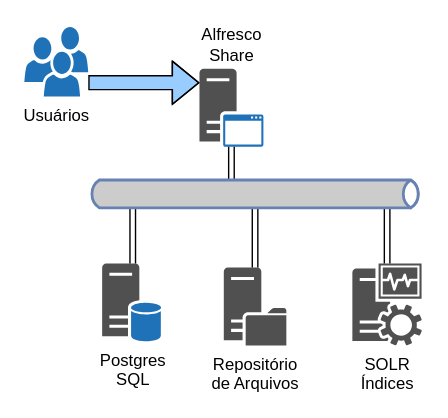
This is InfraestruturaAlfresco.drawio from jonas-santiago/fenaseg, a draw.io file, before an edit. Source tidied: cells renumbered, new cells numbered last; positions are measured from the earlier drawing's top-left corner, leaving out a move shared by most shapes. Both pictures are drawn from the tidied source at 139%, with x=0, y=0 at pixel (24, 26).
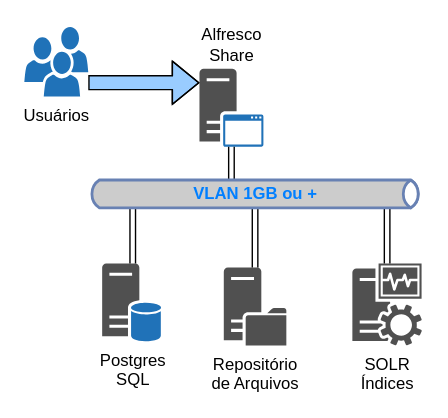
After the change.

Change to the diagram source:
```diff
@@
 <mxGraphModel>
   <root>
     <mxCell id="0" />
     <mxCell id="1" parent="0" />
     <mxCell id="2" value="Postgres&lt;br&gt;SQL" style="shadow=0;dashed=0;html=1;strokeColor=none;fillColor=#505050;labelPosition=center;verticalLabelPosition=bottom;verticalAlign=top;outlineConnect=0;align=center;shape=mxgraph.office.servers.database_server_blue;" parent="1" vertex="1">
       <mxGeometry x="56" y="170" width="43" height="56" as="geometry" />
     </mxCell>
     <mxCell id="3" value="Alfresco &lt;br&gt;Share" style="shadow=0;dashed=0;html=1;strokeColor=none;fillColor=#505050;labelPosition=center;verticalLabelPosition=top;verticalAlign=bottom;outlineConnect=0;align=center;shape=mxgraph.office.servers.application_server_blue;" parent="1" vertex="1">
       <mxGeometry x="126" y="30" width="46" height="56" as="geometry" />
     </mxCell>
     <mxCell id="4" style="edgeStyle=elbowEdgeStyle;shape=flexArrow;rounded=0;jettySize=auto;html=1;elbow=vertical;labelBackgroundColor=#007FFF;fillColor=#99CCFF;" parent="1" edge="1" source="5" target="3">
       <mxGeometry relative="1" as="geometry" />
     </mxCell>
     <mxCell id="5" value="Usuários" style="shadow=0;dashed=0;html=1;strokeColor=none;labelPosition=center;verticalLabelPosition=bottom;verticalAlign=top;outlineConnect=0;align=center;shape=mxgraph.office.users.users;fillColor=#2072B8;" parent="1" vertex="1">
       <mxGeometry width="46" height="50" as="geometry" />
     </mxCell>
     <mxCell id="6" value="Repositório&lt;br&gt;de Arquivos" style="shadow=0;dashed=0;html=1;strokeColor=none;fillColor=#505050;labelPosition=center;verticalLabelPosition=bottom;verticalAlign=top;outlineConnect=0;align=center;shape=mxgraph.office.servers.file_server;" parent="1" vertex="1">
       <mxGeometry x="143.5" y="173" width="45" height="56" as="geometry" />
     </mxCell>
     <mxCell id="7" value="SOLR&lt;br&gt;Índices" style="shadow=0;dashed=0;html=1;strokeColor=none;fillColor=#505050;labelPosition=center;verticalLabelPosition=bottom;verticalAlign=top;outlineConnect=0;align=center;shape=mxgraph.office.servers.monitoring_sql_reporting_services;" parent="1" vertex="1">
       <mxGeometry x="236" y="170" width="50" height="59" as="geometry" />
     </mxCell>
     <mxCell id="8" style="shape=link;rounded=0;jettySize=auto;html=1;edgeStyle=elbowEdgeStyle;" parent="1" edge="1" source="12" target="2">
       <mxGeometry relative="1" as="geometry" />
     </mxCell>
     <mxCell id="9" style="edgeStyle=elbowEdgeStyle;shape=link;rounded=0;jettySize=auto;html=1;" parent="1" edge="1" source="12" target="6">
       <mxGeometry relative="1" as="geometry" />
     </mxCell>
     <mxCell id="10" style="edgeStyle=elbowEdgeStyle;shape=link;rounded=0;jettySize=auto;html=1;" parent="1" edge="1" source="12" target="7">
       <mxGeometry relative="1" as="geometry" />
     </mxCell>
     <mxCell id="11" style="edgeStyle=elbowEdgeStyle;shape=link;rounded=0;jettySize=auto;html=1;" parent="1" edge="1" source="12" target="3">
       <mxGeometry relative="1" as="geometry" />
     </mxCell>
-    <mxCell id="12" style="html=1;outlineConnect=0;fillColor=#CCCCCC;strokeColor=#6881B3;gradientColor=none;gradientDirection=north;strokeWidth=2;shape=mxgraph.networks.bus;gradientColor=none;gradientDirection=north;fontColor=#ffffff;perimeter=backbonePerimeter;backboneSize=20;" parent="1" vertex="1">
+    <mxCell id="12" value="VLAN 1GB ou +" style="html=1;outlineConnect=0;fillColor=#CCCCCC;strokeColor=#6881B3;gradientColor=none;gradientDirection=north;strokeWidth=2;shape=mxgraph.networks.bus;gradientColor=none;gradientDirection=north;perimeter=backbonePerimeter;backboneSize=20;fontColor=#007FFF;fontStyle=1;" parent="1" vertex="1">
       <mxGeometry x="46" y="110" width="240" height="20" as="geometry" />
     </mxCell>
   </root>
 </mxGraphModel>
```
